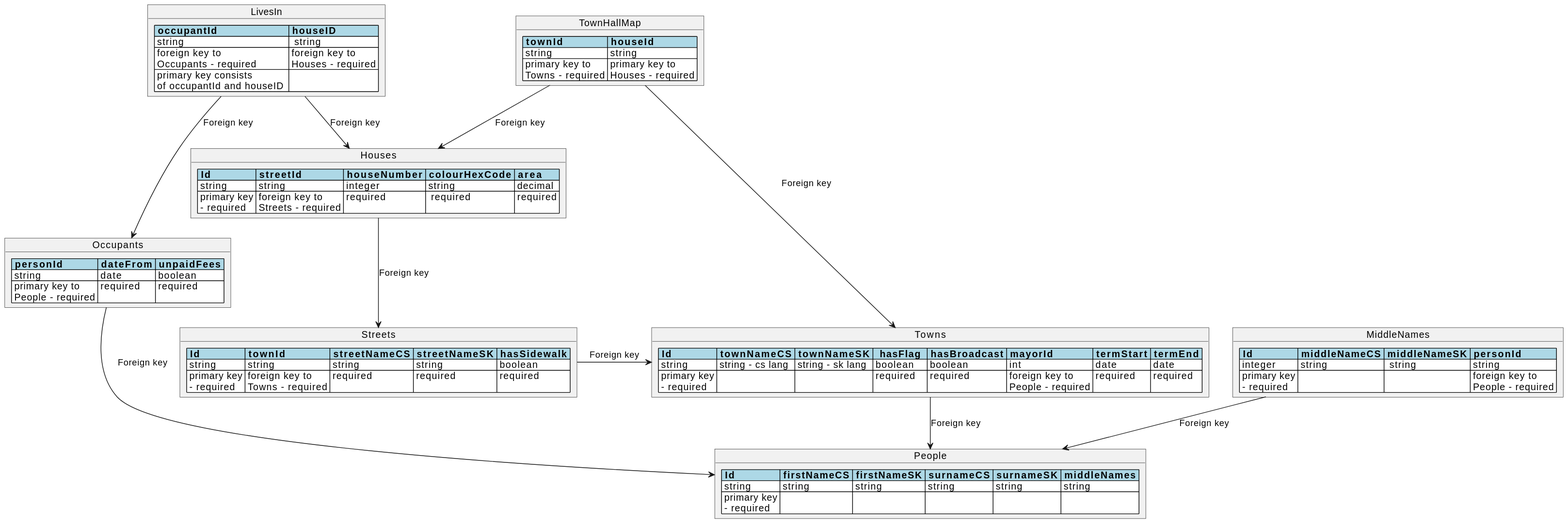
The PlantUML diagram 4/model/townDiagram.svg in michael-sevcik/NPRG036-Data-Formats, before a commit. Its diagram source:
```plantuml
@startuml townDiagram

hide circle

object Towns {
  <#lightblue,#black>|= Id |= townNameCS |= townNameSK |=  hasFlag  |= hasBroadcast |= mayorId |= termStart |= termEnd |
  <#white>| string | string - cs lang | string - sk lang | boolean | boolean | int | date | date |
  <#white>| primary key \n - required | | | required | required | foreign key to \n People - required | required | required |
}

object People {
  <#lightblue,#black>|= Id |= firstNameCS |= firstNameSK |= surnameCS |= surnameSK |= middleNames |
  <#white>| string | string | string | string | string | string |
  <#white>| primary key \n - required | | | | | |
}

object LivesIn {
  <#lightblue,#black>|= occupantId |= houseID |
  <#white>| string |  string |
  <#white>| foreign key to \n Occupants - required | foreign key to \n Houses - required |
  <#white>| primary key consists \n of occupantId and houseID  | |
}

object MiddleNames {
  <#lightblue,#black>|= Id |= middleNameCS |= middleNameSK |= personId |
  <#white>| integer | string |  string | string |
  <#white>| primary key \n - required | | | foreign key to \n People - required |
}

object Occupants {
  <#lightblue,#black>|= personId |= dateFrom |= unpaidFees |
  <#white>| string | date | boolean |
  <#white>| primary key to \n People - required | required | required |
}

object TownHallMap {
  <#lightblue,#black>|= townId |= houseId |
  <#white>| string | string |
  <#white>| primary key to \n Towns - required | primary key to \n Houses - required | date \n - required | boolean \n - required |
}

object Streets {
  <#lightblue,#black>|= Id |= townId |= streetNameCS |= streetNameSK |= hasSidewalk |
  <#white>| string | string | string | string | boolean |
  <#white>| primary key \n - required | foreign key to \n Towns - required | required | required | required |
}

object Houses {
  <#lightblue,#black>|= Id |= streetId |= houseNumber |= colourHexCode |= area |
  <#white>| string | string | integer | string | decimal |
  <#white>| primary key \n - required | foreign key to \n Streets - required | required |  required | required |
}

Occupants -d-> People : "Foreign key"
Houses -d-> Streets : "Foreign key"
Streets -> Towns : "Foreign key"
Towns -d-> People : "Foreign key"
MiddleNames --> People : "Foreign key"
TownHallMap -d-> Towns : "Foreign key"
TownHallMap -d-> Houses : "Foreign key"
LivesIn --> Occupants : "Foreign key"
LivesIn --> Houses : "Foreign key"





@enduml
```
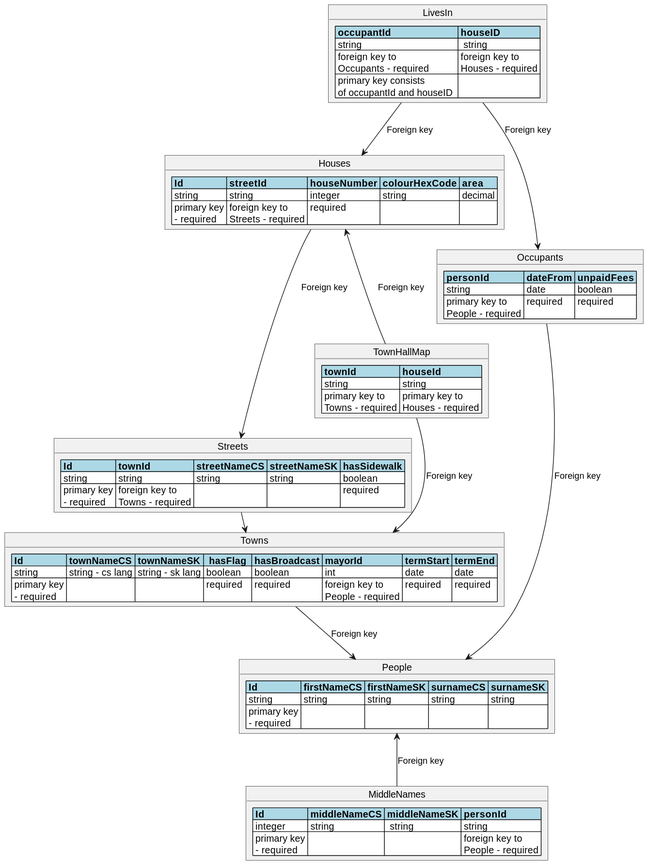
After the commit.

What changed in the source:
```diff
@@ -9,9 +9,9 @@
 }
 
 object People {
-  <#lightblue,#black>|= Id |= firstNameCS |= firstNameSK |= surnameCS |= surnameSK |= middleNames |
-  <#white>| string | string | string | string | string | string |
-  <#white>| primary key \n - required | | | | | |
+  <#lightblue,#black>|= Id |= firstNameCS |= firstNameSK |= surnameCS |= surnameSK |
+  <#white>| string | string | string | string | string |
+  <#white>| primary key \n - required | | | | |
 }
 
 object LivesIn {
@@ -42,22 +42,22 @@
 object Streets {
   <#lightblue,#black>|= Id |= townId |= streetNameCS |= streetNameSK |= hasSidewalk |
   <#white>| string | string | string | string | boolean |
-  <#white>| primary key \n - required | foreign key to \n Towns - required | required | required | required |
+  <#white>| primary key \n - required | foreign key to \n Towns - required | | | required |
 }
 
 object Houses {
   <#lightblue,#black>|= Id |= streetId |= houseNumber |= colourHexCode |= area |
   <#white>| string | string | integer | string | decimal |
-  <#white>| primary key \n - required | foreign key to \n Streets - required | required |  required | required |
+  <#white>| primary key \n - required | foreign key to \n Streets - required | required | | |
 }
 
 Occupants -d-> People : "Foreign key"
 Houses -d-> Streets : "Foreign key"
 Streets -> Towns : "Foreign key"
 Towns -d-> People : "Foreign key"
-MiddleNames --> People : "Foreign key"
-TownHallMap -d-> Towns : "Foreign key"
-TownHallMap -d-> Houses : "Foreign key"
+MiddleNames -u-> People : "Foreign key"
+TownHallMap --> Towns : "Foreign key"
+TownHallMap -u-> Houses : "Foreign key"
 LivesIn --> Occupants : "Foreign key"
 LivesIn --> Houses : "Foreign key"
 
```
